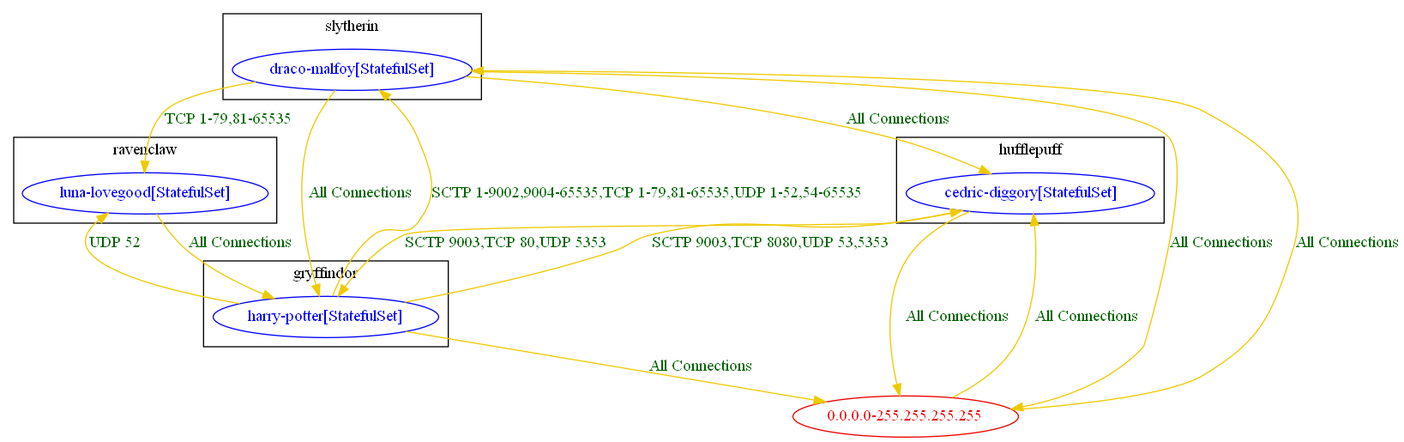
np-guard/netpol-analyzer keeps this Graphviz diagram as test_outputs/connlist/anp_demo_connlist_output.dot.png. Above is the earlier version. Its source is kept beside it as test_outputs/connlist/anp_demo_connlist_output.dot. Source of this version:
```dot
digraph {
	subgraph "cluster_gryffindor" {
		color="black"
		fontcolor="black"
		"gryffindor/harry-potter[StatefulSet]" [label="harry-potter[StatefulSet]" color="blue" fontcolor="blue"]
		label="gryffindor"
	}
	subgraph "cluster_hufflepuff" {
		color="black"
		fontcolor="black"
		"hufflepuff/cedric-diggory[StatefulSet]" [label="cedric-diggory[StatefulSet]" color="blue" fontcolor="blue"]
		label="hufflepuff"
	}
	subgraph "cluster_ravenclaw" {
		color="black"
		fontcolor="black"
		"ravenclaw/luna-lovegood[StatefulSet]" [label="luna-lovegood[StatefulSet]" color="blue" fontcolor="blue"]
		label="ravenclaw"
	}
	subgraph "cluster_slytherin" {
		color="black"
		fontcolor="black"
		"slytherin/draco-malfoy[StatefulSet]" [label="draco-malfoy[StatefulSet]" color="blue" fontcolor="blue"]
		label="slytherin"
	}
	"0.0.0.0-255.255.255.255" [label="0.0.0.0-255.255.255.255" color="red2" fontcolor="red2"]
	"0.0.0.0-255.255.255.255" -> "hufflepuff/cedric-diggory[StatefulSet]" [label="All Connections" color="gold2" fontcolor="darkgreen" weight=0.5]
	"0.0.0.0-255.255.255.255" -> "slytherin/draco-malfoy[StatefulSet]" [label="All Connections" color="gold2" fontcolor="darkgreen" weight=0.5]
	"gryffindor/harry-potter[StatefulSet]" -> "0.0.0.0-255.255.255.255" [label="All Connections" color="gold2" fontcolor="darkgreen" weight=1]
	"gryffindor/harry-potter[StatefulSet]" -> "hufflepuff/cedric-diggory[StatefulSet]" [label="SCTP 9003,TCP 8080,UDP 53,5353" color="gold2" fontcolor="darkgreen" weight=0.5]
	"gryffindor/harry-potter[StatefulSet]" -> "ravenclaw/luna-lovegood[StatefulSet]" [label="UDP 52" color="gold2" fontcolor="darkgreen" weight=0.5]
	"gryffindor/harry-potter[StatefulSet]" -> "slytherin/draco-malfoy[StatefulSet]" [label="SCTP 1-9002,9004-65535,TCP 1-79,81-65535,UDP 1-52,54-65535" color="gold2" fontcolor="darkgreen" weight=0.5]
	"hufflepuff/cedric-diggory[StatefulSet]" -> "0.0.0.0-255.255.255.255" [label="All Connections" color="gold2" fontcolor="darkgreen" weight=1]
	"hufflepuff/cedric-diggory[StatefulSet]" -> "gryffindor/harry-potter[StatefulSet]" [label="SCTP 9003,TCP 80,UDP 5353" color="gold2" fontcolor="darkgreen" weight=1]
	"ravenclaw/luna-lovegood[StatefulSet]" -> "gryffindor/harry-potter[StatefulSet]" [label="All Connections" color="gold2" fontcolor="darkgreen" weight=1]
	"slytherin/draco-malfoy[StatefulSet]" -> "0.0.0.0-255.255.255.255" [label="All Connections" color="gold2" fontcolor="darkgreen" weight=1]
	"slytherin/draco-malfoy[StatefulSet]" -> "gryffindor/harry-potter[StatefulSet]" [label="All Connections" color="gold2" fontcolor="darkgreen" weight=1]
	"slytherin/draco-malfoy[StatefulSet]" -> "hufflepuff/cedric-diggory[StatefulSet]" [label="All Connections" color="gold2" fontcolor="darkgreen" weight=1]
	"slytherin/draco-malfoy[StatefulSet]" -> "ravenclaw/luna-lovegood[StatefulSet]" [label="TCP 1-79,81-65535" color="gold2" fontcolor="darkgreen" weight=1]
}
```
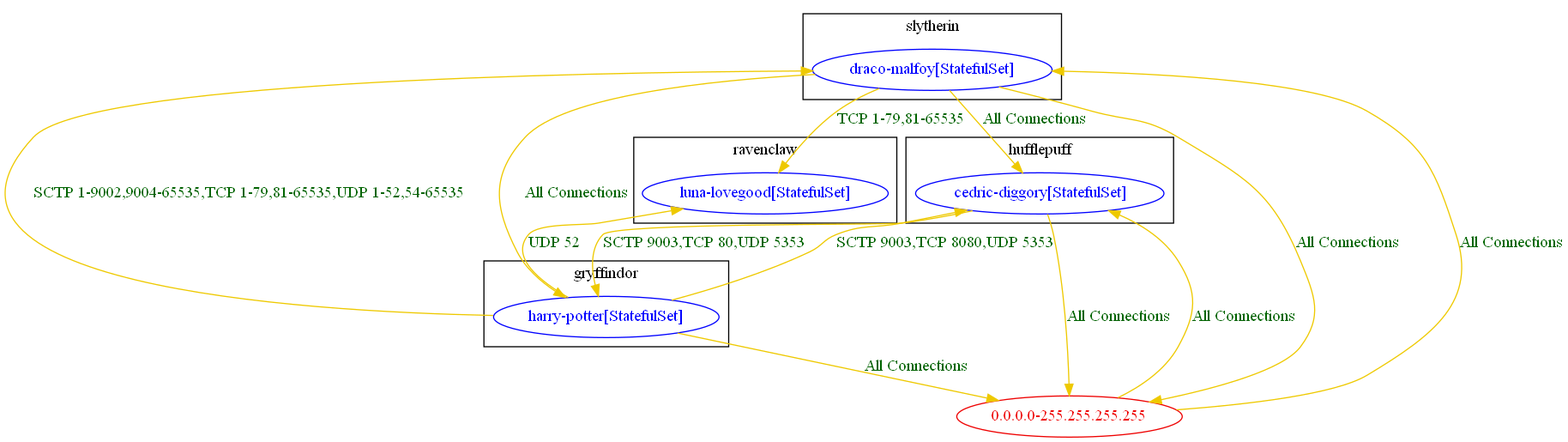
The same file after the commit.

Change to the diagram source:
```diff
@@ -27,12 +27,11 @@
 	"0.0.0.0-255.255.255.255" -> "hufflepuff/cedric-diggory[StatefulSet]" [label="All Connections" color="gold2" fontcolor="darkgreen" weight=0.5]
 	"0.0.0.0-255.255.255.255" -> "slytherin/draco-malfoy[StatefulSet]" [label="All Connections" color="gold2" fontcolor="darkgreen" weight=0.5]
 	"gryffindor/harry-potter[StatefulSet]" -> "0.0.0.0-255.255.255.255" [label="All Connections" color="gold2" fontcolor="darkgreen" weight=1]
-	"gryffindor/harry-potter[StatefulSet]" -> "hufflepuff/cedric-diggory[StatefulSet]" [label="SCTP 9003,TCP 8080,UDP 53,5353" color="gold2" fontcolor="darkgreen" weight=0.5]
+	"gryffindor/harry-potter[StatefulSet]" -> "hufflepuff/cedric-diggory[StatefulSet]" [label="SCTP 9003,TCP 8080,UDP 5353" color="gold2" fontcolor="darkgreen" weight=0.5]
 	"gryffindor/harry-potter[StatefulSet]" -> "ravenclaw/luna-lovegood[StatefulSet]" [label="UDP 52" color="gold2" fontcolor="darkgreen" weight=0.5]
 	"gryffindor/harry-potter[StatefulSet]" -> "slytherin/draco-malfoy[StatefulSet]" [label="SCTP 1-9002,9004-65535,TCP 1-79,81-65535,UDP 1-52,54-65535" color="gold2" fontcolor="darkgreen" weight=0.5]
 	"hufflepuff/cedric-diggory[StatefulSet]" -> "0.0.0.0-255.255.255.255" [label="All Connections" color="gold2" fontcolor="darkgreen" weight=1]
 	"hufflepuff/cedric-diggory[StatefulSet]" -> "gryffindor/harry-potter[StatefulSet]" [label="SCTP 9003,TCP 80,UDP 5353" color="gold2" fontcolor="darkgreen" weight=1]
-	"ravenclaw/luna-lovegood[StatefulSet]" -> "gryffindor/harry-potter[StatefulSet]" [label="All Connections" color="gold2" fontcolor="darkgreen" weight=1]
 	"slytherin/draco-malfoy[StatefulSet]" -> "0.0.0.0-255.255.255.255" [label="All Connections" color="gold2" fontcolor="darkgreen" weight=1]
 	"slytherin/draco-malfoy[StatefulSet]" -> "gryffindor/harry-potter[StatefulSet]" [label="All Connections" color="gold2" fontcolor="darkgreen" weight=1]
 	"slytherin/draco-malfoy[StatefulSet]" -> "hufflepuff/cedric-diggory[StatefulSet]" [label="All Connections" color="gold2" fontcolor="darkgreen" weight=1]
```
